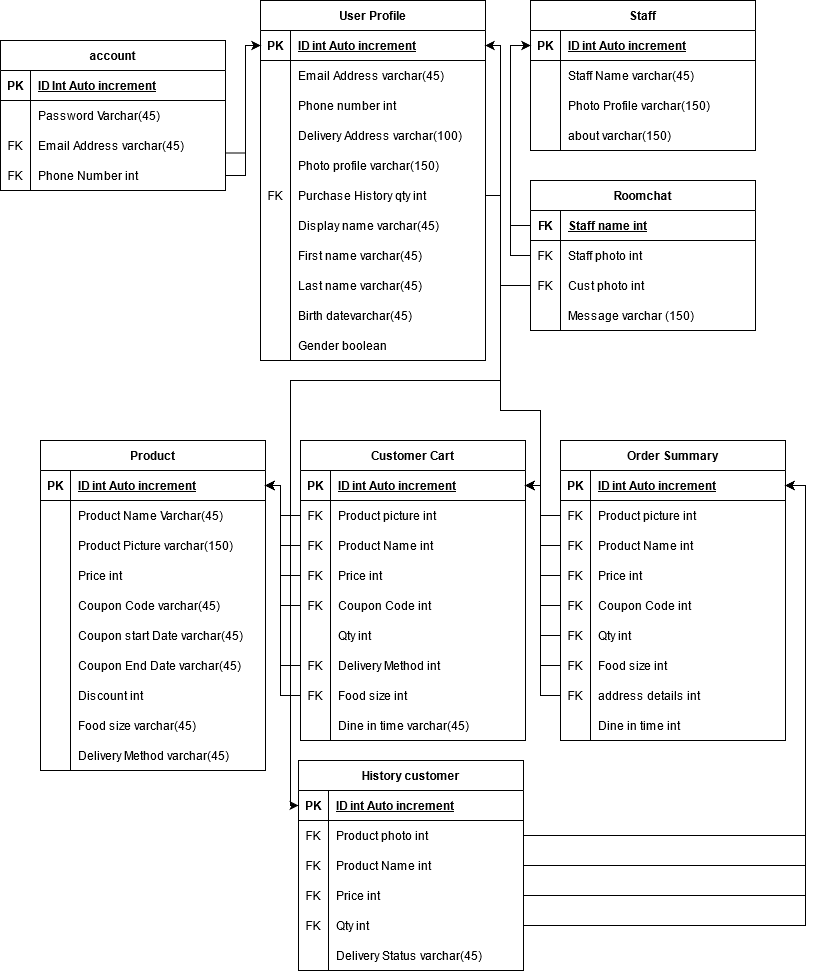
Above: tugas/tugas3.png in farizian/week11 (draw.io), before the change. Source tidied: cells renumbered, new cells last; positions are measured from the earlier drawing's top-left corner, leaving out a move shared by most shapes.
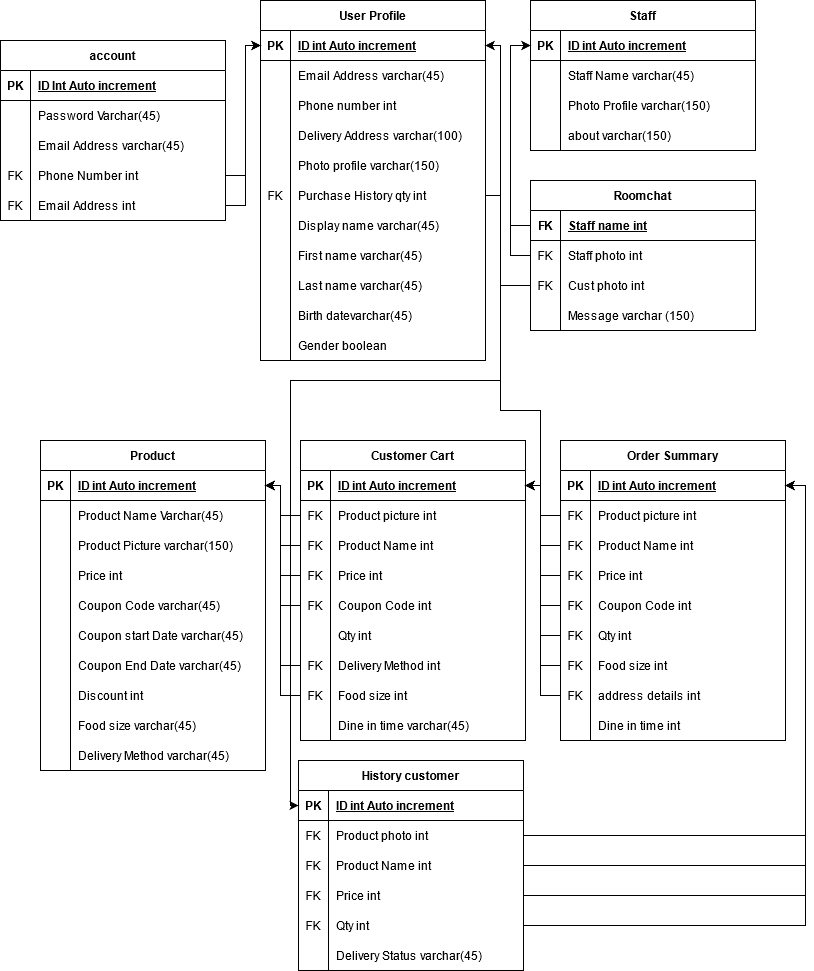
Later version of the same file.

Diff of the diagram source:
```diff
@@ -6,7 +6,7 @@
       <mxGeometry relative="1" as="geometry" />
     </mxCell>
     <mxCell id="3" value="account" style="shape=table;startSize=30;rowLines=0;fontStyle=1;align=center;" parent="1" vertex="1">
-      <mxGeometry y="40" width="225" height="150" as="geometry" />
+      <mxGeometry y="40" width="225" height="180" as="geometry" />
     </mxCell>
     <mxCell id="4" style="shape=partialRectangle;fillColor=none;top=0;left=0;bottom=1;right=0;" parent="3" vertex="1">
       <mxGeometry y="30" width="225" height="30" as="geometry" />
@@ -29,7 +29,7 @@
     <mxCell id="10" style="shape=partialRectangle;fillColor=none;top=0;left=0;bottom=0;right=0;" parent="3" vertex="1">
       <mxGeometry y="90" width="225" height="30" as="geometry" />
     </mxCell>
-    <mxCell id="11" value="FK" style="shape=partialRectangle;fillColor=none;top=0;left=0;bottom=0;right=0;overflow=hidden;" parent="10" vertex="1">
+    <mxCell id="11" style="shape=partialRectangle;fillColor=none;top=0;left=0;bottom=0;right=0;overflow=hidden;" parent="10" vertex="1">
       <mxGeometry width="30" height="30" as="geometry" />
     </mxCell>
     <mxCell id="12" value="Email Address varchar(45)" style="shape=partialRectangle;fillColor=none;top=0;left=0;bottom=0;right=0;align=left;spacingLeft=6;overflow=hidden;" parent="10" vertex="1">
@@ -44,6 +44,15 @@
     <mxCell id="15" value="Phone Number int" style="shape=partialRectangle;fillColor=none;top=0;left=0;bottom=0;right=0;align=left;spacingLeft=6;overflow=hidden;" parent="13" vertex="1">
       <mxGeometry x="30" width="195" height="30" as="geometry" />
     </mxCell>
+    <mxCell id="206" style="shape=partialRectangle;fillColor=none;top=0;left=0;bottom=0;right=0;points=[[0,0.5],[1,0.5]];portConstraint=eastwest;" parent="3" vertex="1">
+      <mxGeometry y="150" width="225" height="30" as="geometry" />
+    </mxCell>
+    <mxCell id="207" value="FK" style="shape=partialRectangle;fillColor=none;top=0;left=0;bottom=0;right=0;overflow=hidden;" parent="206" vertex="1">
+      <mxGeometry width="30" height="30" as="geometry" />
+    </mxCell>
+    <mxCell id="208" value="Email Address int" style="shape=partialRectangle;fillColor=none;top=0;left=0;bottom=0;right=0;align=left;spacingLeft=6;overflow=hidden;" parent="206" vertex="1">
+      <mxGeometry x="30" width="195" height="30" as="geometry" />
+    </mxCell>
     <mxCell id="16" value="Product" style="shape=table;startSize=30;rowLines=0;fontStyle=1;align=center;" parent="1" vertex="1">
       <mxGeometry x="40" y="440" width="225" height="330" as="geometry" />
     </mxCell>
@@ -710,5 +719,13 @@
         </Array>
       </mxGeometry>
     </mxCell>
+    <mxCell id="209" style="edgeStyle=orthogonalEdgeStyle;rounded=0;jettySize=auto;html=1;exitX=1;exitY=0.5;exitDx=0;exitDy=0;entryX=0;entryY=0.5;entryDx=0;entryDy=0;" parent="1" edge="1" source="206" target="123">
+      <mxGeometry relative="1" as="geometry">
+        <Array as="points">
+          <mxPoint x="245" y="205" />
+          <mxPoint x="245" y="45" />
+        </Array>
+      </mxGeometry>
+    </mxCell>
   </root>
 </mxGraphModel>
```
